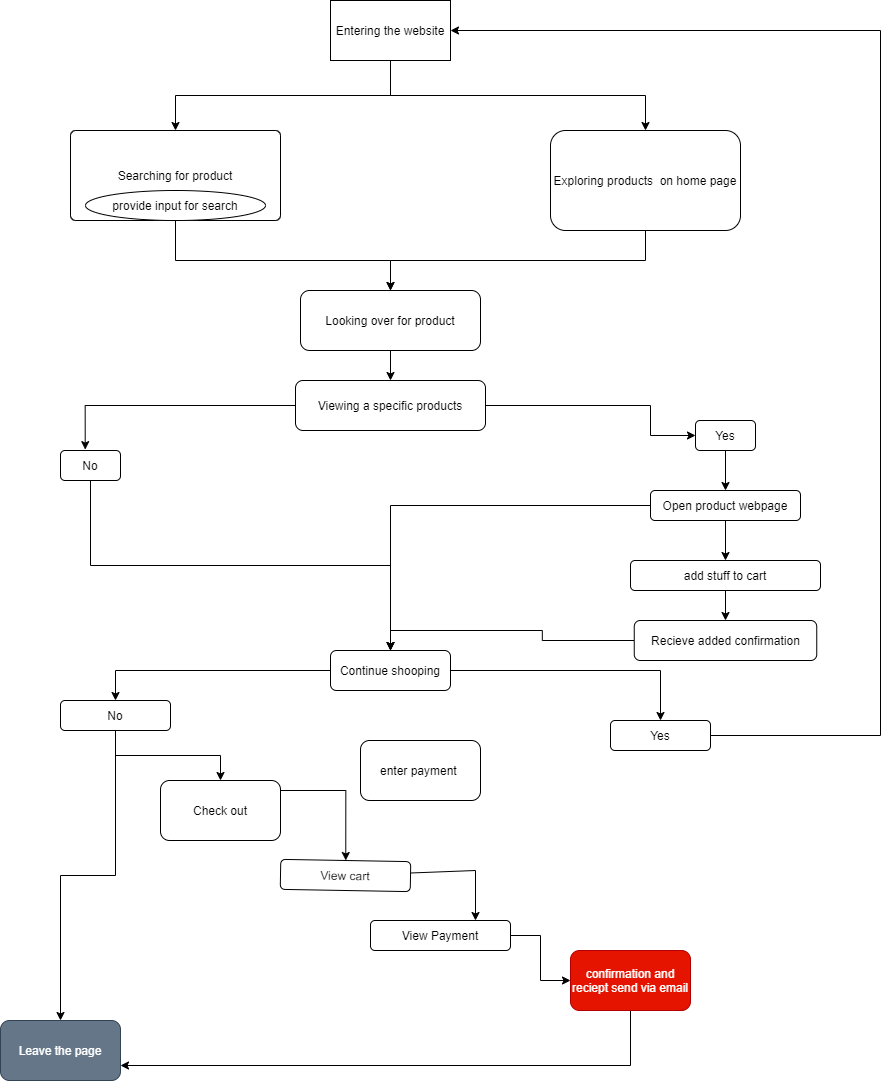
The draw.io diagram explore/diagramming/dragram.drawio.png in Jianghualu/fa21-cse110-lab4, before a commit. Source tidied: cells renumbered, new cells last; positions are measured from the earlier drawing's top-left corner, leaving out a move shared by most shapes.
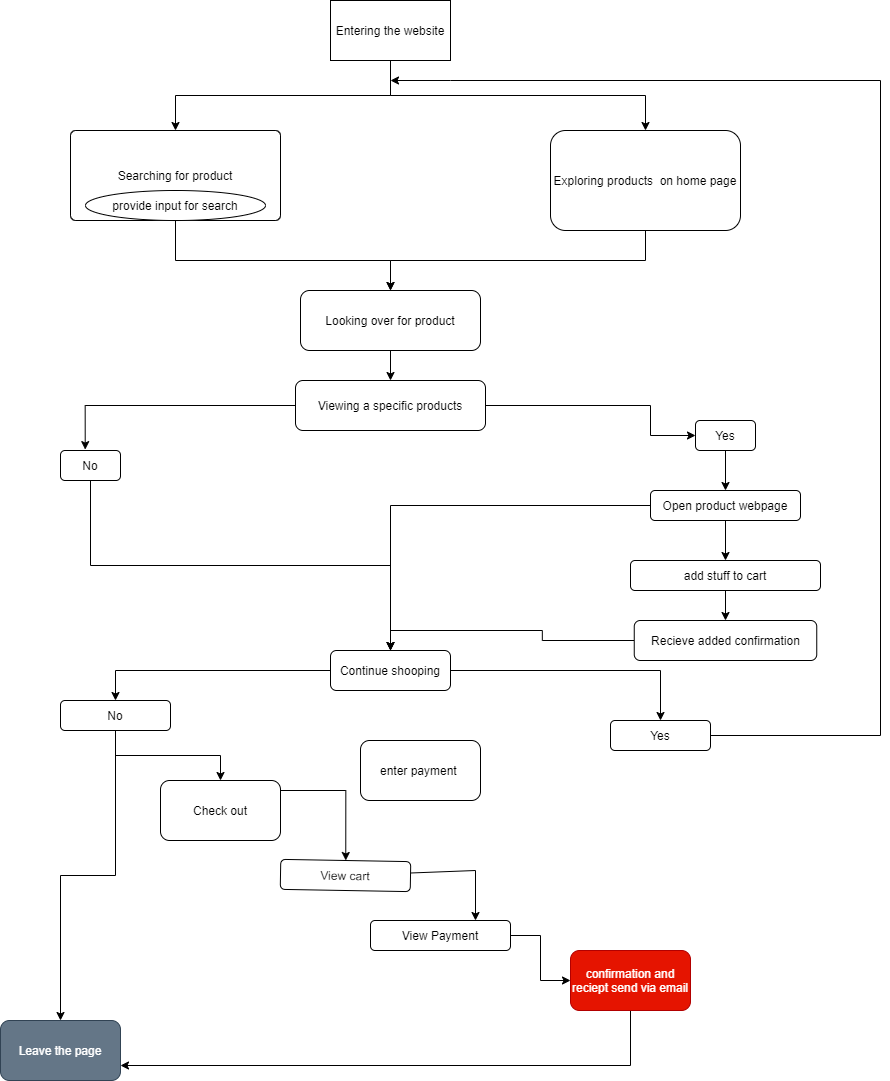
Above is the later version.

The edit, as a diff of the source:
```diff
@@ -80,11 +80,13 @@
     <mxCell id="24" value="Yes" style="rounded=1;whiteSpace=wrap;html=1;" parent="1" vertex="1">
       <mxGeometry x="695" y="420" width="60" height="30" as="geometry" />
     </mxCell>
-    <mxCell id="25" style="edgeStyle=orthogonalEdgeStyle;rounded=0;jettySize=auto;html=1;entryX=1;entryY=0.5;entryDx=0;entryDy=0;" parent="1" edge="1" source="26" target="4">
+    <mxCell id="25" style="edgeStyle=orthogonalEdgeStyle;rounded=0;jettySize=auto;html=1;" parent="1" edge="1" source="26">
       <mxGeometry relative="1" as="geometry">
+        <mxPoint x="390" y="80" as="targetPoint" />
         <Array as="points">
           <mxPoint x="880" y="735" />
-          <mxPoint x="880" y="30" />
+          <mxPoint x="880" y="80" />
+          <mxPoint x="450" y="80" />
         </Array>
       </mxGeometry>
     </mxCell>
```
